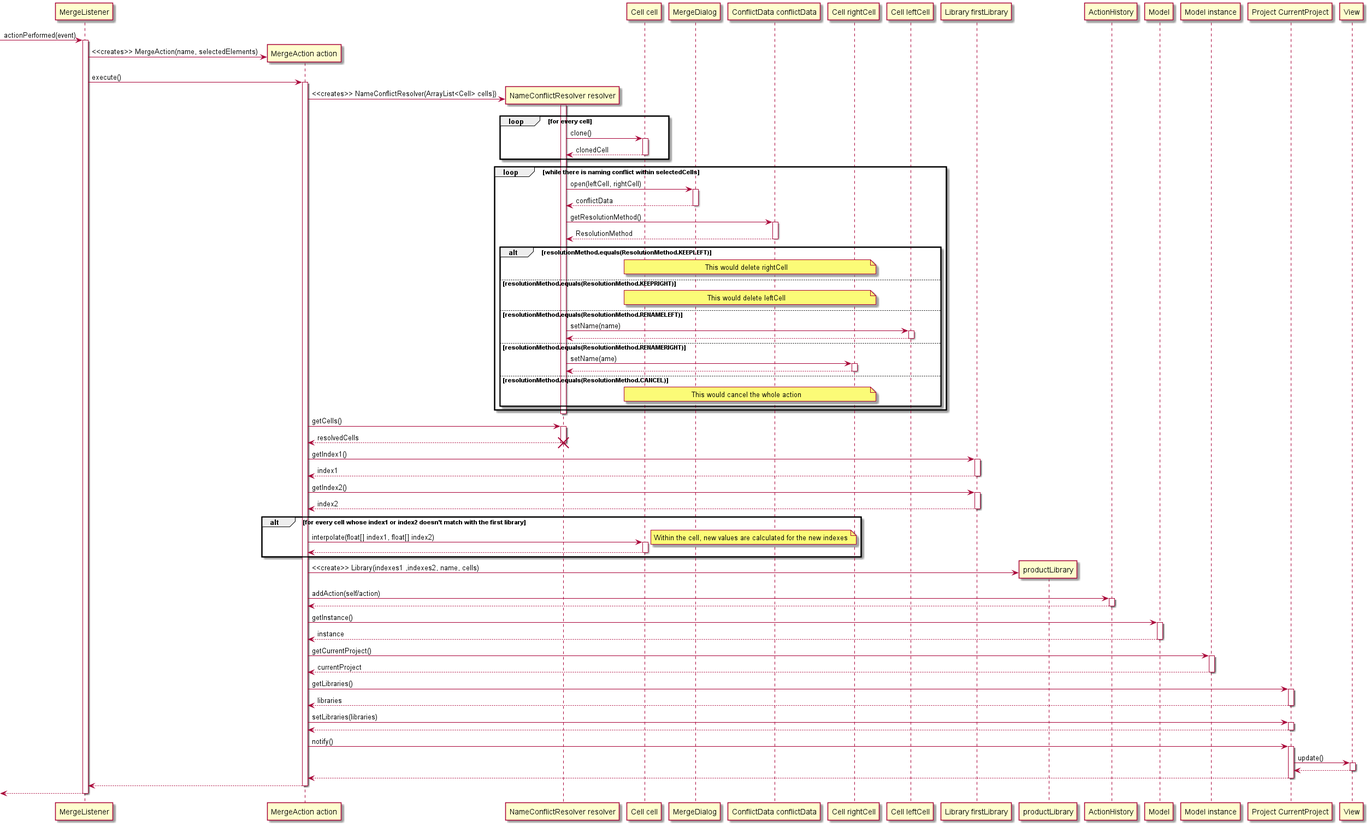
AlpTorac/PSE-Report keeps this PlantUML diagram as Design Phase/Images/FR-12,13.png. Above is the earlier version.
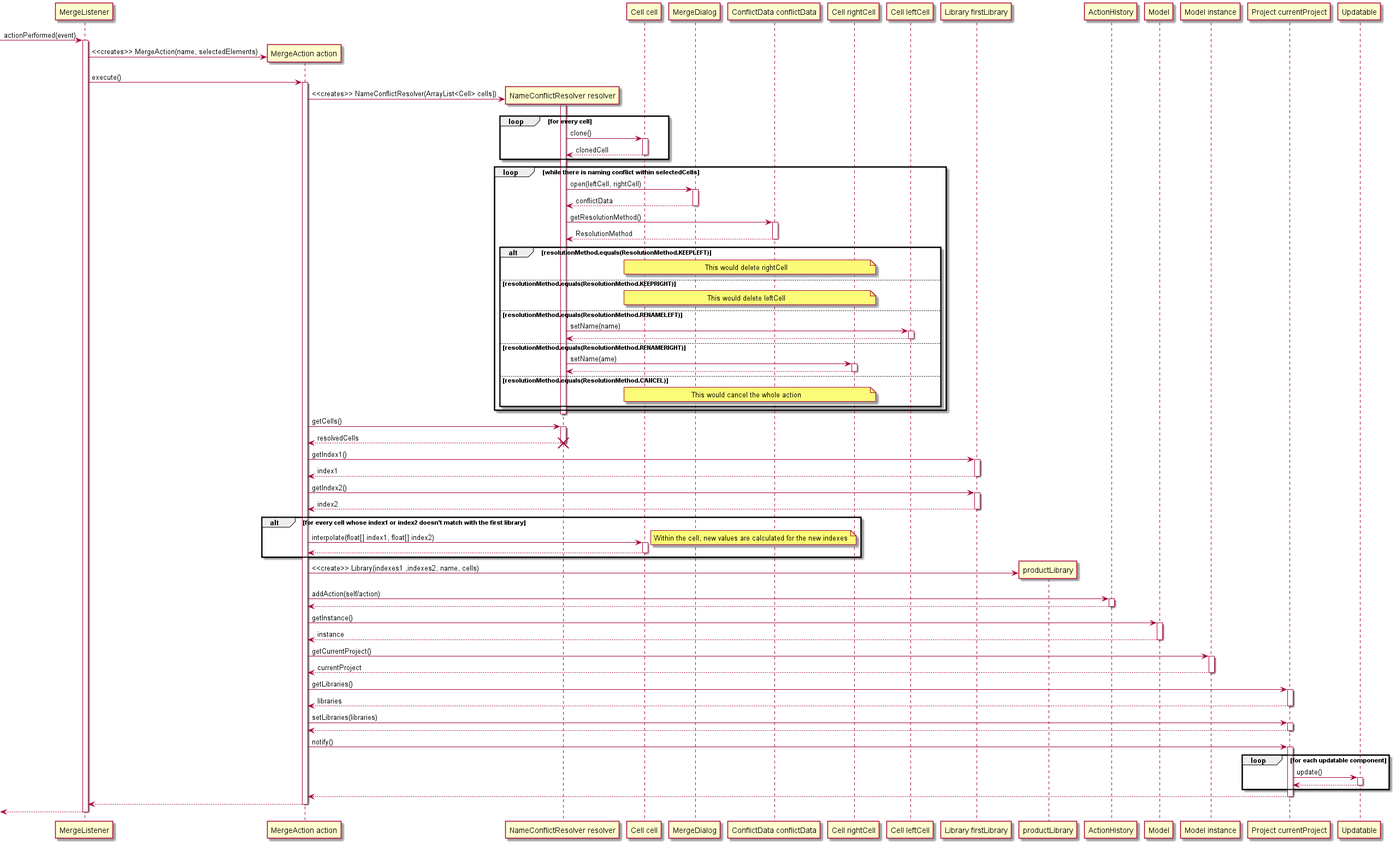
The same diagram one commit later.

What changed in the source:
```diff
@@ -47,13 +47,15 @@
 return instance
 "MergeAction action" -> "Model instance" ++ : getCurrentProject()
 return currentProject
-"MergeAction action" -> "Project CurrentProject"++: getLibraries()
+"MergeAction action" -> "Project currentProject"++: getLibraries()
 return libraries
-"MergeAction action" -> "Project CurrentProject"++: setLibraries(libraries)
+"MergeAction action" -> "Project currentProject"++: setLibraries(libraries)
 return
-"MergeAction action" -> "Project CurrentProject"++: notify()
-"Project CurrentProject" -> View++ :update()
+"MergeAction action" -> "Project currentProject"++: notify()
+loop for each updatable component
+"Project currentProject" -> Updatable ++ : update()
 return
+end
 return
 return
 return
```
